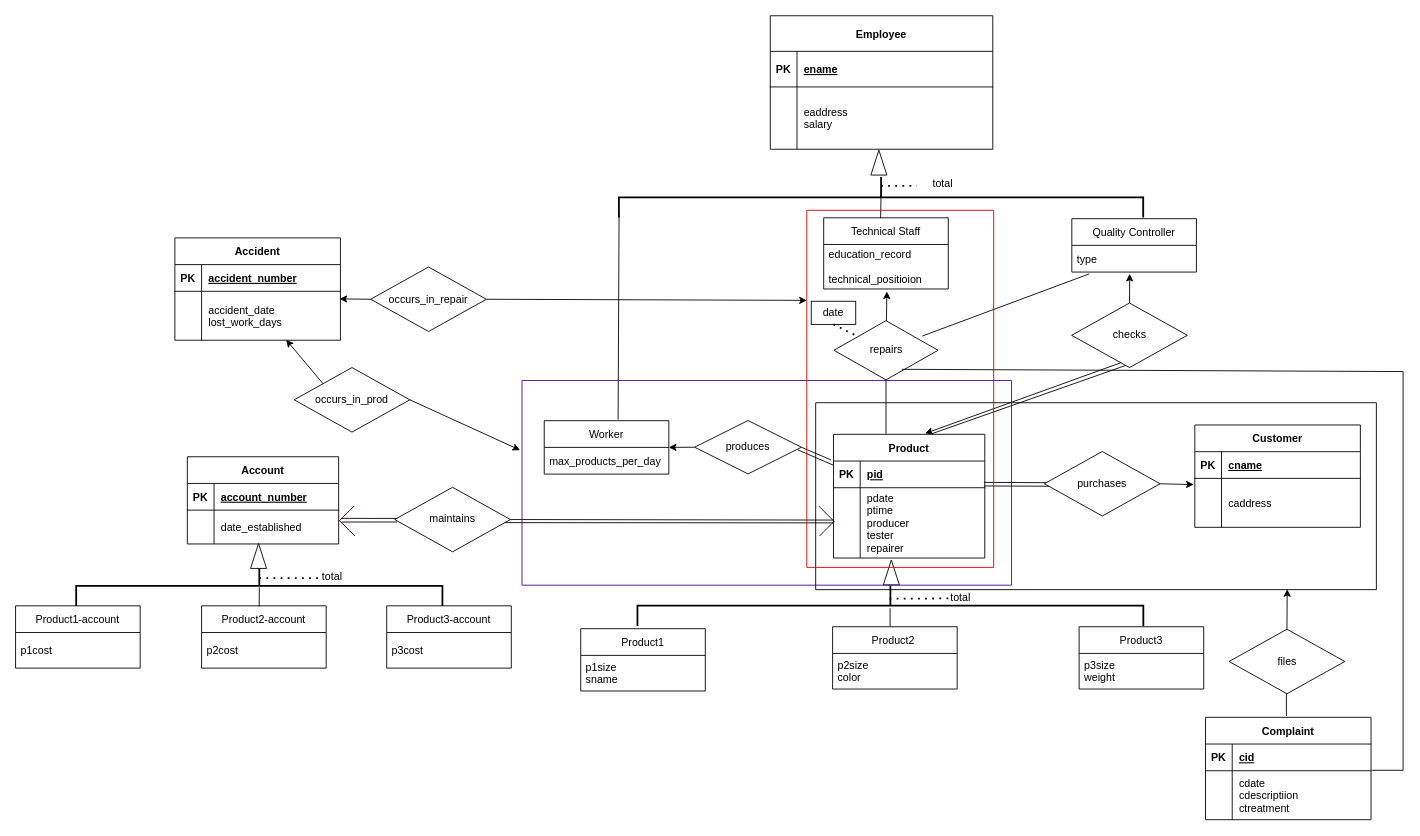
Before: Untitled Diagram.drawio in starrycode/ER-Diagrams, a draw.io diagram. Source tidied: cells renumbered, new cells numbered last; positions are measured from the earlier drawing's top-left corner, leaving out a move shared by most shapes. Both pictures are drawn from the tidied source at 89%, with x=0, y=0 at pixel (15, -65).
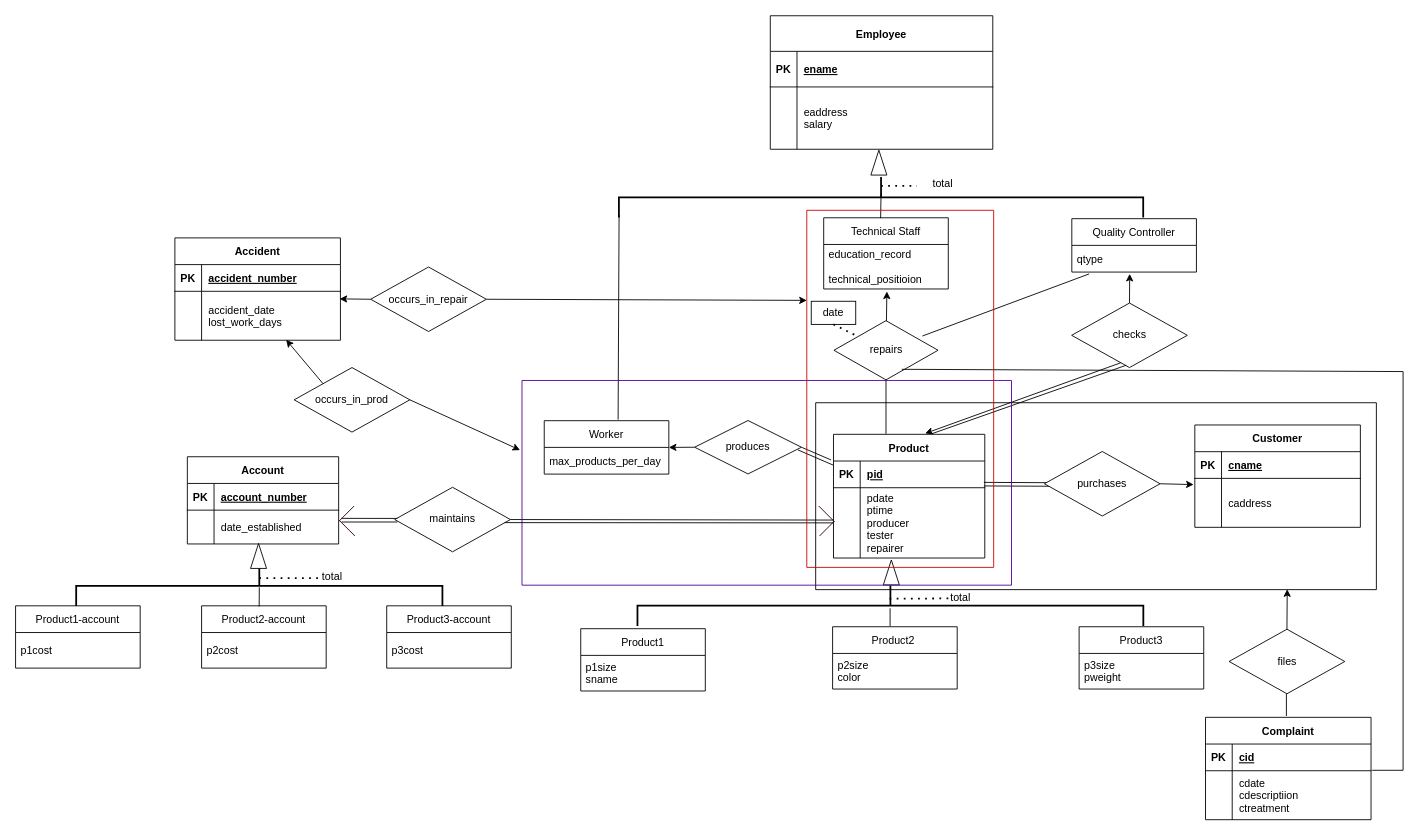
The same diagram, later.

The change refers to these unchanged cells:
```xml
<mxCell id="11" value="Quality Controller" style="swimlane;fontStyle=0;horizontal=1;startSize=30;" parent="1" vertex="1">
  <mxGeometry x="1186.8" y="318.2" width="140" height="60" as="geometry" />
</mxCell>
<mxCell id="100" value="Product3" style="swimlane;fontStyle=0;horizontal=1;startSize=30;" parent="75" vertex="1">
  <mxGeometry x="296" y="251.7" width="140" height="70" as="geometry" />
</mxCell>
```

The edit, as a diff of the source:
```diff
@@
-    <mxCell id="12" value="type" style="text;strokeColor=none;fillColor=none;align=left;verticalAlign=middle;spacingLeft=4;spacingRight=4;overflow=hidden;points=[[0,0.5],[1,0.5]];portConstraint=eastwest;" parent="11" vertex="1">
+    <mxCell id="12" value="qtype" style="text;strokeColor=none;fillColor=none;align=left;verticalAlign=middle;spacingLeft=4;spacingRight=4;overflow=hidden;points=[[0,0.5],[1,0.5]];portConstraint=eastwest;" parent="11" vertex="1">
       <mxGeometry y="30" width="140" height="30" as="geometry" />
     </mxCell>
@@
-    <mxCell id="101" value="p3size&#10;weight" style="text;strokeColor=none;fillColor=none;align=left;verticalAlign=middle;spacingLeft=4;spacingRight=4;overflow=hidden;" parent="100" vertex="1">
+    <mxCell id="101" value="p3size&#10;pweight" style="text;strokeColor=none;fillColor=none;align=left;verticalAlign=middle;spacingLeft=4;spacingRight=4;overflow=hidden;" parent="100" vertex="1">
       <mxGeometry y="30" width="140" height="40" as="geometry" />
     </mxCell>
```
